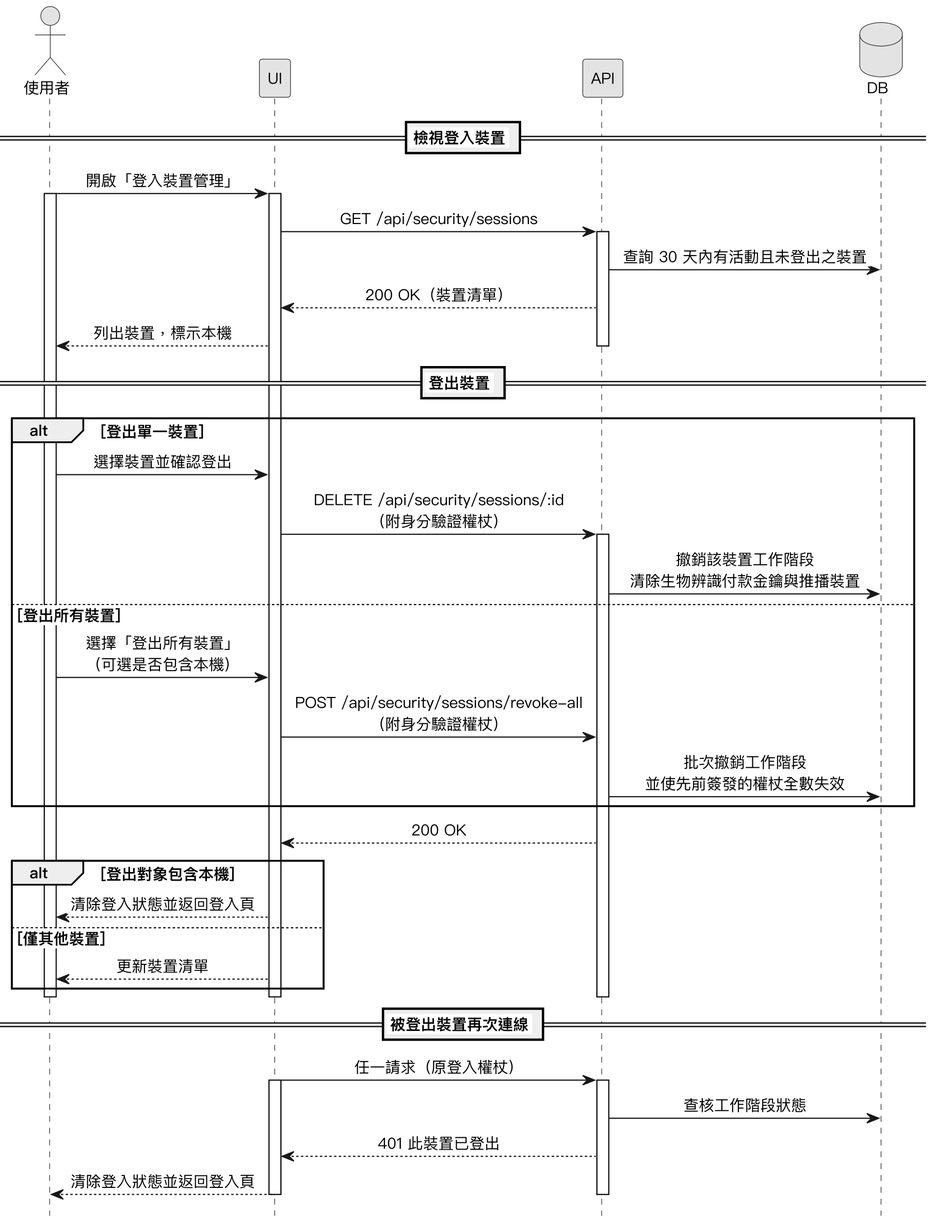
Before: Diagrams/Sequence Diagrams/v3/seq_session.png, a diagram exported from PlantUML (SaveMyBook/SaveMyBook).
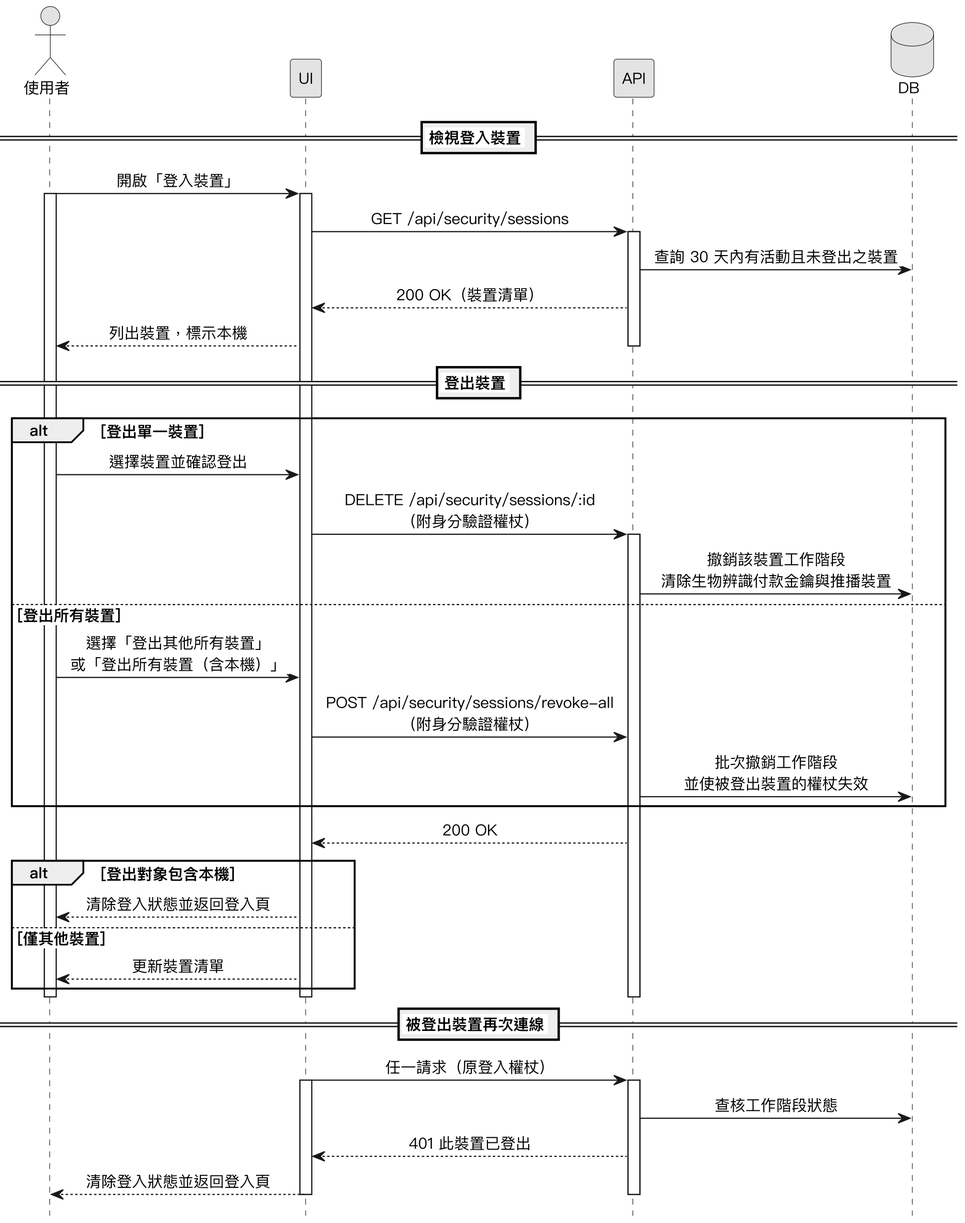
Later version of the same file.

Diff of the diagram source:
```diff
@@ -14,7 +14,7 @@
 database DB
 
 == 檢視登入裝置 ==
-使用者 -> UI : 開啟「登入裝置管理」
+使用者 -> UI : 開啟「登入裝置」
 activate 使用者
 activate UI
 UI -> API : GET /api/security/sessions
@@ -31,9 +31,9 @@
   activate API
   API -> DB : 撤銷該裝置工作階段\n清除生物辨識付款金鑰與推播裝置
 else 登出所有裝置
-  使用者 -> UI : 選擇「登出所有裝置」\n（可選是否包含本機）
+  使用者 -> UI : 選擇「登出其他所有裝置」\n或「登出所有裝置（含本機）」
   UI -> API : POST /api/security/sessions/revoke-all\n（附身分驗證權杖）
-  API -> DB : 批次撤銷工作階段\n並使先前簽發的權杖全數失效
+  API -> DB : 批次撤銷工作階段\n並使被登出裝置的權杖失效
 end
 API --> UI : 200 OK
 alt 登出對象包含本機
```
